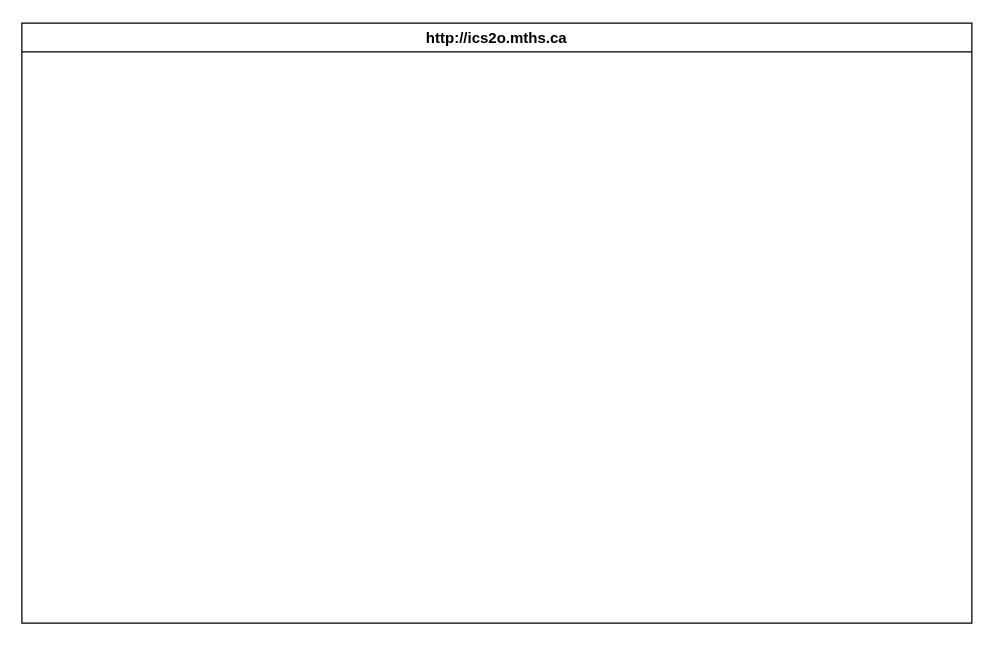
This is design/storyboard.drawio from MTHS-ICS2O-2-2022/ICS2O-Unit-6-03-charlotte-jhu, a draw.io file, before an edit. Source tidied: cells renumbered, new cells numbered last; positions are measured from the earlier drawing's top-left corner, leaving out a move shared by most shapes. Both pictures are drawn from the tidied source at 125%, with x=0, y=0 at pixel (21, 22).
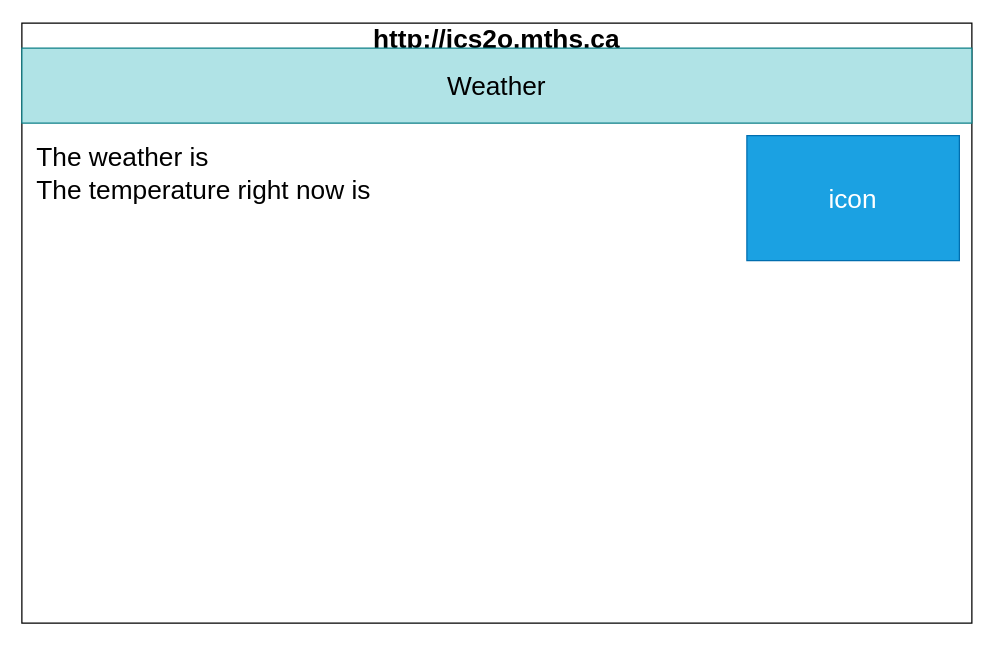
Above is the later version.

Diff of the diagram source:
```diff
@@
-<mxGraphModel>
+<mxGraphModel background="#ffffff">
   <root>
     <mxCell id="0" />
     <mxCell id="1" parent="0" />
-    <mxCell id="2" value="http://ics2o.mths.ca" style="swimlane;whiteSpace=wrap;html=1;" parent="1" vertex="1">
+    <mxCell id="2" value="http://ics2o.mths.ca" style="swimlane;whiteSpace=wrap;html=1;fontColor=#000000;fontSize=21;" parent="1" vertex="1">
       <mxGeometry width="760" height="480" as="geometry" />
     </mxCell>
+    <mxCell id="3" value="Weather" style="whiteSpace=wrap;html=1;fillColor=#b0e3e6;strokeColor=#0e8088;fontSize=21;fontColor=#000000;" parent="2" vertex="1">
+      <mxGeometry y="20" width="760" height="60" as="geometry" />
+    </mxCell>
+    <mxCell id="4" value="The weather is&lt;br&gt;The temperature right now is" style="text;html=1;align=left;verticalAlign=middle;strokeColor=none;fillColor=none;fontSize=21;fontColor=#000000;" parent="2" vertex="1">
+      <mxGeometry x="10" y="90" width="290" height="60" as="geometry" />
+    </mxCell>
+    <mxCell id="5" value="icon" style="whiteSpace=wrap;html=1;fontSize=21;fillColor=#1ba1e2;strokeColor=#006EAF;fontColor=#ffffff;" parent="2" vertex="1">
+      <mxGeometry x="580" y="90" width="170" height="100" as="geometry" />
+    </mxCell>
   </root>
 </mxGraphModel>
```
